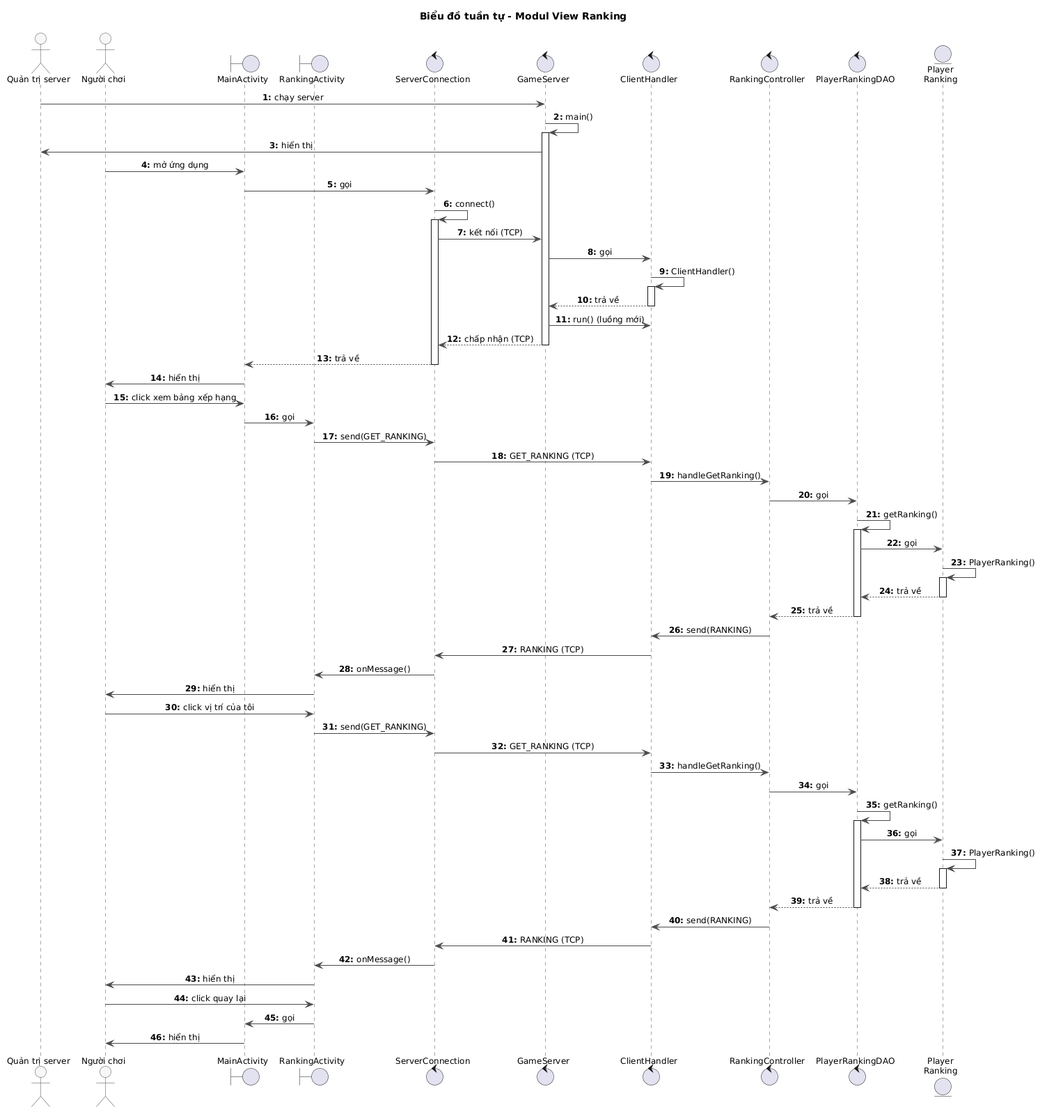
This is docs/uml/pha3/seq-m2.png from VattenL/mobile-pikachu, a PlantUML export, as it was before one commit.
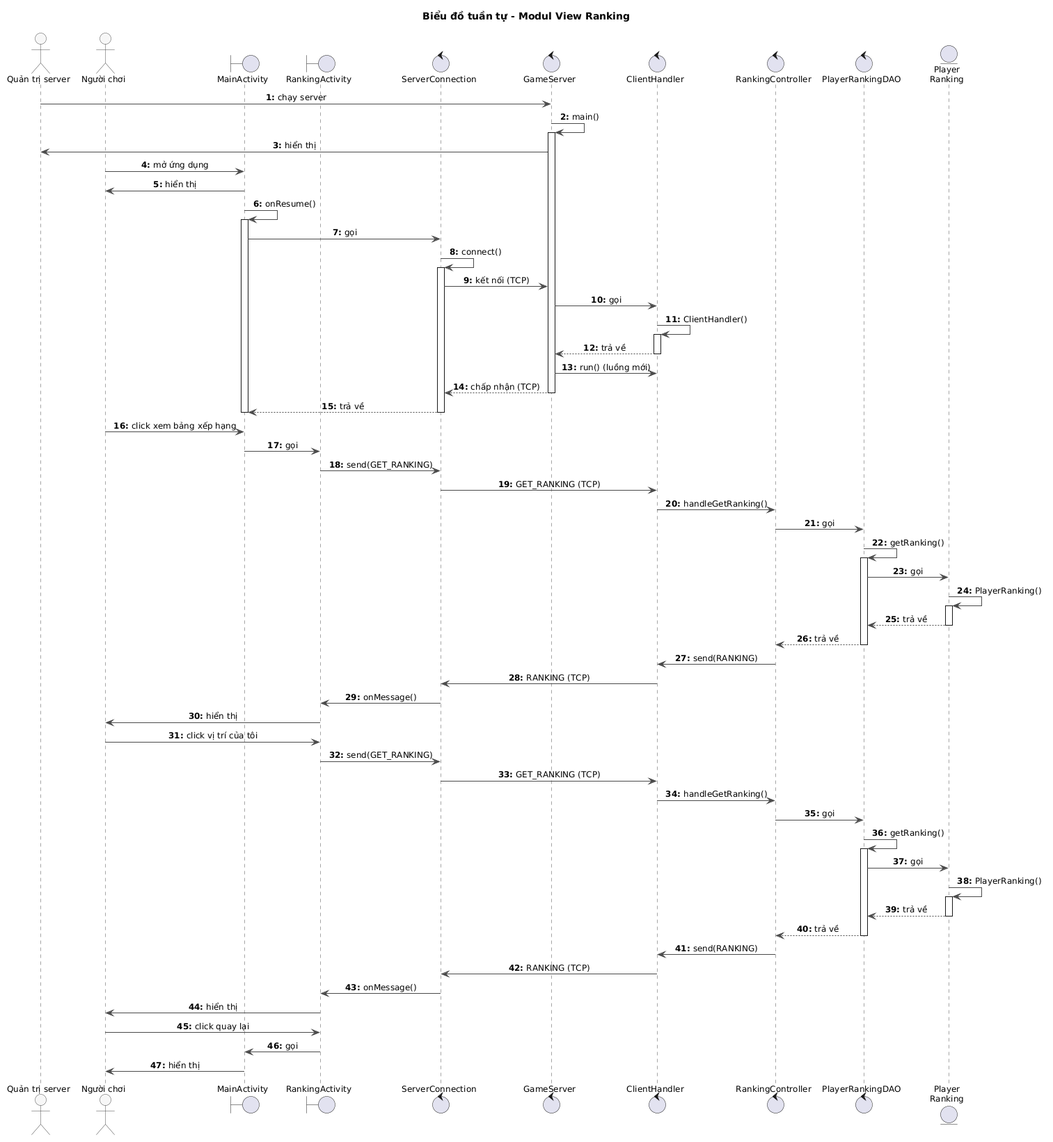
The same diagram one commit later.

The edit, as a diff of the source:
```diff
@@ -31,6 +31,9 @@
 activate GameServer
 GameServer -> Admin : hiển thị
 Player -> MainActivity : mở ứng dụng
+MainActivity -> Player : hiển thị
+MainActivity -> MainActivity : onResume()
+activate MainActivity
 MainActivity -> ServerConnection : gọi
 ServerConnection -> ServerConnection : connect()
 activate ServerConnection
@@ -45,7 +48,7 @@
 deactivate GameServer
 ServerConnection --> MainActivity : trả về
 deactivate ServerConnection
-MainActivity -> Player : hiển thị
+deactivate MainActivity
 Player -> MainActivity : click xem bảng xếp hạng
 MainActivity -> RankingActivity : gọi
 RankingActivity -> ServerConnection : send(GET_RANKING)
```
